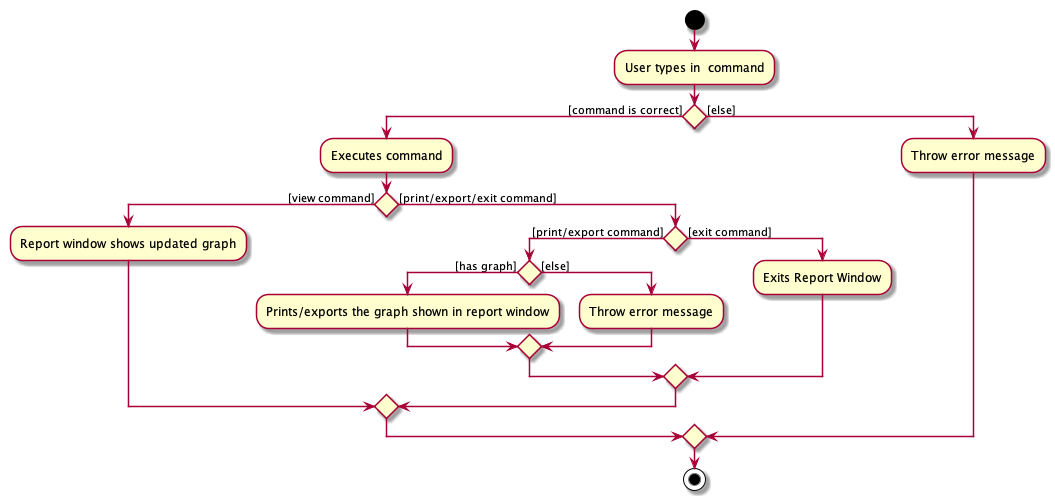
Earlier version of the PlantUML export docs/images/Report_ReportWindow_.png (zwasd/main).
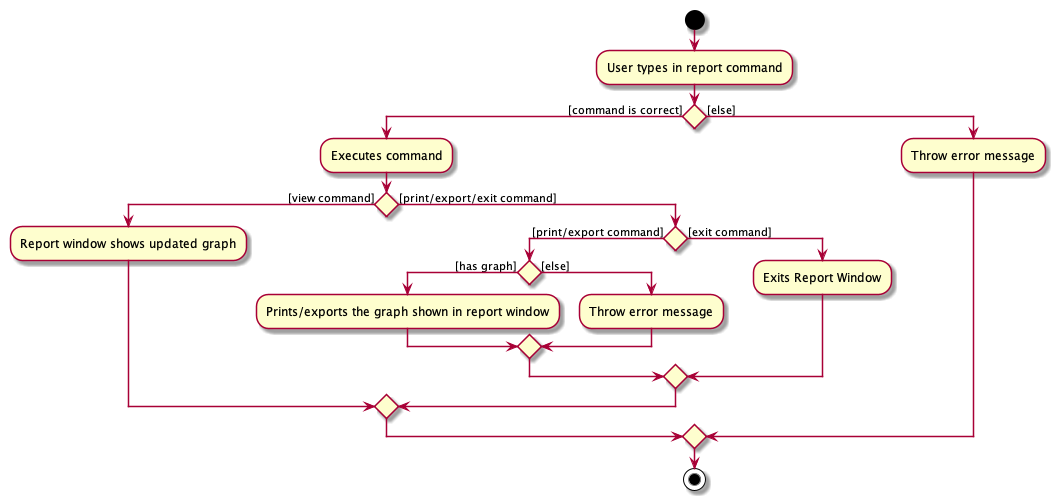
The same file after the commit.

Change to the diagram source:
```diff
@@ -1,6 +1,6 @@
 @startuml
 start
-:User types in  command;
+:User types in report command;
 if () then ([command is correct])
     :Executes command;
      if() then ([view command])
```
